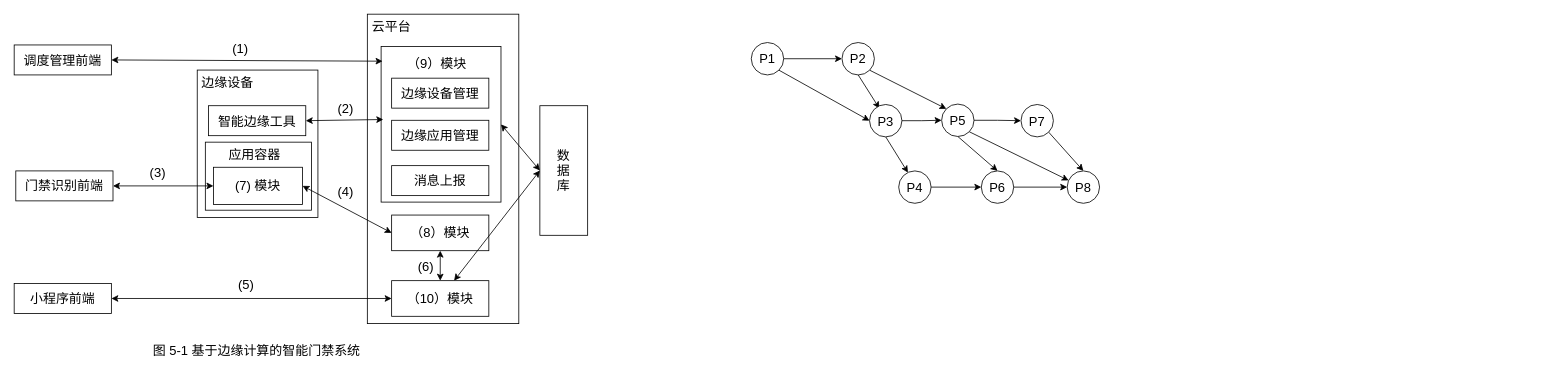
xiaodongYao/DrawIO keeps this draw.io diagram as 软考.drawio. Above is the earlier version. Source tidied: cells renumbered, new cells numbered last; positions are measured from the earlier drawing's top-left corner, leaving out a move shared by most shapes. Both pictures are drawn from the tidied source at 81%, with x=0, y=0 at pixel (14, 14).
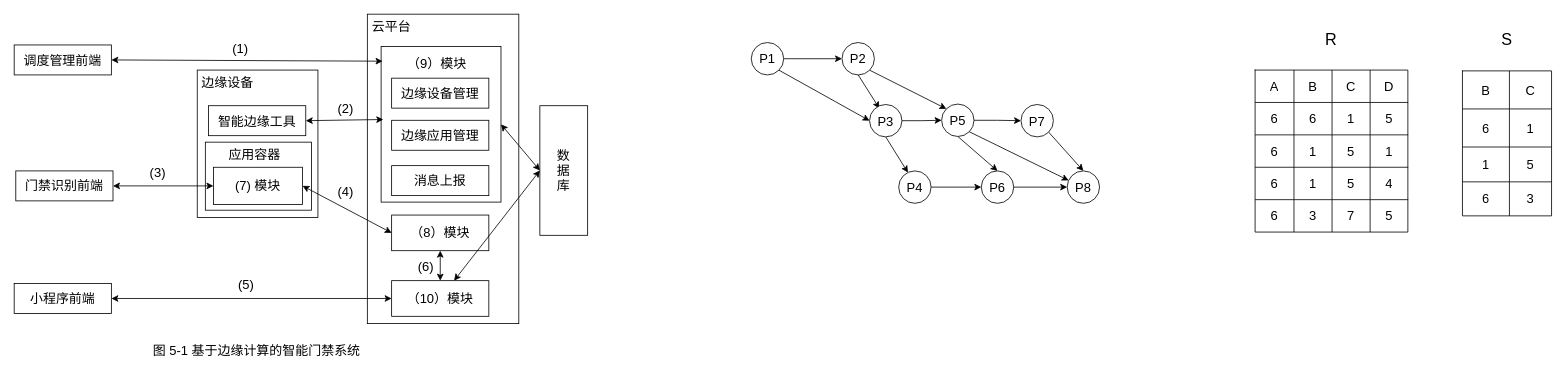
After the change.

What changed in the source:
```diff
@@
+    <mxCell id="57" style="shape=table;startSize=0;childLayout=tableLayout;fontSize=16;" parent="1" vertex="1">
+      <mxGeometry x="1532" y="69" width="188.6" height="200" as="geometry" />
+    </mxCell>
+    <mxCell id="58" style="shape=tableRow;horizontal=0;startSize=0;swimlaneHead=0;swimlaneBody=0;strokeColor=inherit;top=0;left=0;bottom=0;right=0;fillColor=none;fontSize=16;" parent="57" vertex="1">
+      <mxGeometry width="188.6" height="40" as="geometry" />
+    </mxCell>
+    <mxCell id="59" value="A" style="shape=partialRectangle;html=1;whiteSpace=wrap;strokeColor=inherit;overflow=hidden;fillColor=none;top=0;left=0;bottom=0;right=0;fontSize=16;" parent="58" vertex="1">
+      <mxGeometry width="48" height="40" as="geometry" />
+    </mxCell>
+    <mxCell id="60" value="B" style="shape=partialRectangle;html=1;whiteSpace=wrap;strokeColor=inherit;overflow=hidden;fillColor=none;top=0;left=0;bottom=0;right=0;fontSize=16;" parent="58" vertex="1">
+      <mxGeometry x="48" width="47" height="40" as="geometry" />
+    </mxCell>
+    <mxCell id="61" value="C" style="shape=partialRectangle;html=1;whiteSpace=wrap;strokeColor=inherit;overflow=hidden;fillColor=none;top=0;left=0;bottom=0;right=0;fontSize=16;" parent="58" vertex="1">
+      <mxGeometry x="95" width="47" height="40" as="geometry" />
+    </mxCell>
+    <mxCell id="62" value="D" style="shape=partialRectangle;html=1;whiteSpace=wrap;strokeColor=inherit;overflow=hidden;fillColor=none;top=0;left=0;bottom=0;right=0;fontSize=16;" parent="58" vertex="1">
+      <mxGeometry x="142" width="47" height="40" as="geometry" />
+    </mxCell>
+    <mxCell id="63" style="shape=tableRow;horizontal=0;startSize=0;swimlaneHead=0;swimlaneBody=0;strokeColor=inherit;top=0;left=0;bottom=0;right=0;fillColor=none;fontSize=16;" parent="57" vertex="1">
+      <mxGeometry y="40" width="188.6" height="40" as="geometry" />
+    </mxCell>
+    <mxCell id="64" value="6" style="shape=partialRectangle;html=1;whiteSpace=wrap;strokeColor=inherit;overflow=hidden;fillColor=none;top=0;left=0;bottom=0;right=0;fontSize=16;" parent="63" vertex="1">
+      <mxGeometry width="48" height="40" as="geometry" />
+    </mxCell>
+    <mxCell id="65" value="6" style="shape=partialRectangle;html=1;whiteSpace=wrap;strokeColor=inherit;overflow=hidden;fillColor=none;top=0;left=0;bottom=0;right=0;fontSize=16;" parent="63" vertex="1">
+      <mxGeometry x="48" width="47" height="40" as="geometry" />
+    </mxCell>
+    <mxCell id="66" value="1" style="shape=partialRectangle;html=1;whiteSpace=wrap;strokeColor=inherit;overflow=hidden;fillColor=none;top=0;left=0;bottom=0;right=0;fontSize=16;" parent="63" vertex="1">
+      <mxGeometry x="95" width="47" height="40" as="geometry" />
+    </mxCell>
+    <mxCell id="67" value="5" style="shape=partialRectangle;html=1;whiteSpace=wrap;strokeColor=inherit;overflow=hidden;fillColor=none;top=0;left=0;bottom=0;right=0;fontSize=16;" parent="63" vertex="1">
+      <mxGeometry x="142" width="47" height="40" as="geometry" />
+    </mxCell>
+    <mxCell id="68" style="shape=tableRow;horizontal=0;startSize=0;swimlaneHead=0;swimlaneBody=0;strokeColor=inherit;top=0;left=0;bottom=0;right=0;fillColor=none;fontSize=16;" parent="57" vertex="1">
+      <mxGeometry y="80" width="188.6" height="40" as="geometry" />
+    </mxCell>
+    <mxCell id="69" value="6" style="shape=partialRectangle;html=1;whiteSpace=wrap;strokeColor=inherit;overflow=hidden;fillColor=none;top=0;left=0;bottom=0;right=0;fontSize=16;" parent="68" vertex="1">
+      <mxGeometry width="48" height="40" as="geometry" />
+    </mxCell>
+    <mxCell id="70" value="1" style="shape=partialRectangle;html=1;whiteSpace=wrap;strokeColor=inherit;overflow=hidden;fillColor=none;top=0;left=0;bottom=0;right=0;fontSize=16;" parent="68" vertex="1">
+      <mxGeometry x="48" width="47" height="40" as="geometry" />
+    </mxCell>
+    <mxCell id="71" value="5" style="shape=partialRectangle;html=1;whiteSpace=wrap;strokeColor=inherit;overflow=hidden;fillColor=none;top=0;left=0;bottom=0;right=0;fontSize=16;" parent="68" vertex="1">
+      <mxGeometry x="95" width="47" height="40" as="geometry" />
+    </mxCell>
+    <mxCell id="72" value="1" style="shape=partialRectangle;html=1;whiteSpace=wrap;strokeColor=inherit;overflow=hidden;fillColor=none;top=0;left=0;bottom=0;right=0;fontSize=16;" parent="68" vertex="1">
+      <mxGeometry x="142" width="47" height="40" as="geometry" />
+    </mxCell>
+    <mxCell id="73" style="shape=tableRow;horizontal=0;startSize=0;swimlaneHead=0;swimlaneBody=0;strokeColor=inherit;top=0;left=0;bottom=0;right=0;fillColor=none;fontSize=16;" parent="57" vertex="1">
+      <mxGeometry y="120" width="188.6" height="40" as="geometry" />
+    </mxCell>
+    <mxCell id="74" value="6" style="shape=partialRectangle;html=1;whiteSpace=wrap;strokeColor=inherit;overflow=hidden;fillColor=none;top=0;left=0;bottom=0;right=0;fontSize=16;" parent="73" vertex="1">
+      <mxGeometry width="48" height="40" as="geometry" />
+    </mxCell>
+    <mxCell id="75" value="1" style="shape=partialRectangle;html=1;whiteSpace=wrap;strokeColor=inherit;overflow=hidden;fillColor=none;top=0;left=0;bottom=0;right=0;fontSize=16;" parent="73" vertex="1">
+      <mxGeometry x="48" width="47" height="40" as="geometry" />
+    </mxCell>
+    <mxCell id="76" value="5" style="shape=partialRectangle;html=1;whiteSpace=wrap;strokeColor=inherit;overflow=hidden;fillColor=none;top=0;left=0;bottom=0;right=0;fontSize=16;" parent="73" vertex="1">
+      <mxGeometry x="95" width="47" height="40" as="geometry" />
+    </mxCell>
+    <mxCell id="77" value="4" style="shape=partialRectangle;html=1;whiteSpace=wrap;strokeColor=inherit;overflow=hidden;fillColor=none;top=0;left=0;bottom=0;right=0;fontSize=16;" parent="73" vertex="1">
+      <mxGeometry x="142" width="47" height="40" as="geometry" />
+    </mxCell>
+    <mxCell id="78" style="shape=tableRow;horizontal=0;startSize=0;swimlaneHead=0;swimlaneBody=0;strokeColor=inherit;top=0;left=0;bottom=0;right=0;fillColor=none;fontSize=16;" parent="57" vertex="1">
+      <mxGeometry y="160" width="188.6" height="40" as="geometry" />
+    </mxCell>
+    <mxCell id="79" value="6" style="shape=partialRectangle;html=1;whiteSpace=wrap;strokeColor=inherit;overflow=hidden;fillColor=none;top=0;left=0;bottom=0;right=0;fontSize=16;" parent="78" vertex="1">
+      <mxGeometry width="48" height="40" as="geometry" />
+    </mxCell>
+    <mxCell id="80" value="3" style="shape=partialRectangle;html=1;whiteSpace=wrap;strokeColor=inherit;overflow=hidden;fillColor=none;top=0;left=0;bottom=0;right=0;fontSize=16;" parent="78" vertex="1">
+      <mxGeometry x="48" width="47" height="40" as="geometry" />
+    </mxCell>
+    <mxCell id="81" value="7" style="shape=partialRectangle;html=1;whiteSpace=wrap;strokeColor=inherit;overflow=hidden;fillColor=none;top=0;left=0;bottom=0;right=0;fontSize=16;" parent="78" vertex="1">
+      <mxGeometry x="95" width="47" height="40" as="geometry" />
+    </mxCell>
+    <mxCell id="82" value="5" style="shape=partialRectangle;html=1;whiteSpace=wrap;strokeColor=inherit;overflow=hidden;fillColor=none;top=0;left=0;bottom=0;right=0;fontSize=16;" parent="78" vertex="1">
+      <mxGeometry x="142" width="47" height="40" as="geometry" />
+    </mxCell>
+    <mxCell id="83" style="shape=table;startSize=0;childLayout=tableLayout;fontSize=16;" parent="1" vertex="1">
+      <mxGeometry x="1788" y="70" width="110" height="179" as="geometry" />
+    </mxCell>
+    <mxCell id="84" style="shape=tableRow;horizontal=0;startSize=0;swimlaneHead=0;swimlaneBody=0;strokeColor=inherit;top=0;left=0;bottom=0;right=0;fillColor=none;fontSize=16;" parent="83" vertex="1">
+      <mxGeometry width="110" height="47" as="geometry" />
+    </mxCell>
+    <mxCell id="85" value="B" style="shape=partialRectangle;html=1;whiteSpace=wrap;strokeColor=inherit;overflow=hidden;fillColor=none;top=0;left=0;bottom=0;right=0;fontSize=16;" parent="84" vertex="1">
+      <mxGeometry width="58" height="47" as="geometry" />
+    </mxCell>
+    <mxCell id="86" value="C" style="shape=partialRectangle;html=1;whiteSpace=wrap;strokeColor=inherit;overflow=hidden;fillColor=none;top=0;left=0;bottom=0;right=0;fontSize=16;" parent="84" vertex="1">
+      <mxGeometry x="58" width="52" height="47" as="geometry" />
+    </mxCell>
+    <mxCell id="87" style="shape=tableRow;horizontal=0;startSize=0;swimlaneHead=0;swimlaneBody=0;strokeColor=inherit;top=0;left=0;bottom=0;right=0;fillColor=none;fontSize=16;" parent="83" vertex="1">
+      <mxGeometry y="47" width="110" height="47" as="geometry" />
+    </mxCell>
+    <mxCell id="88" value="6" style="shape=partialRectangle;html=1;whiteSpace=wrap;strokeColor=inherit;overflow=hidden;fillColor=none;top=0;left=0;bottom=0;right=0;fontSize=16;" parent="87" vertex="1">
+      <mxGeometry width="58" height="47" as="geometry" />
+    </mxCell>
+    <mxCell id="89" value="1" style="shape=partialRectangle;html=1;whiteSpace=wrap;strokeColor=inherit;overflow=hidden;fillColor=none;top=0;left=0;bottom=0;right=0;fontSize=16;" parent="87" vertex="1">
+      <mxGeometry x="58" width="52" height="47" as="geometry" />
+    </mxCell>
+    <mxCell id="90" style="shape=tableRow;horizontal=0;startSize=0;swimlaneHead=0;swimlaneBody=0;strokeColor=inherit;top=0;left=0;bottom=0;right=0;fillColor=none;fontSize=16;" parent="83" vertex="1">
+      <mxGeometry y="94" width="110" height="43" as="geometry" />
+    </mxCell>
+    <mxCell id="91" value="1" style="shape=partialRectangle;html=1;whiteSpace=wrap;strokeColor=inherit;overflow=hidden;fillColor=none;top=0;left=0;bottom=0;right=0;fontSize=16;" parent="90" vertex="1">
+      <mxGeometry width="58" height="43" as="geometry" />
+    </mxCell>
+    <mxCell id="92" value="5" style="shape=partialRectangle;html=1;whiteSpace=wrap;strokeColor=inherit;overflow=hidden;fillColor=none;top=0;left=0;bottom=0;right=0;fontSize=16;" parent="90" vertex="1">
+      <mxGeometry x="58" width="52" height="43" as="geometry" />
+    </mxCell>
+    <mxCell id="93" style="shape=tableRow;horizontal=0;startSize=0;swimlaneHead=0;swimlaneBody=0;strokeColor=inherit;top=0;left=0;bottom=0;right=0;fillColor=none;fontSize=16;" parent="83" vertex="1">
+      <mxGeometry y="137" width="110" height="42" as="geometry" />
+    </mxCell>
+    <mxCell id="94" value="6" style="shape=partialRectangle;html=1;whiteSpace=wrap;strokeColor=inherit;overflow=hidden;fillColor=none;top=0;left=0;bottom=0;right=0;fontSize=16;" parent="93" vertex="1">
+      <mxGeometry width="58" height="42" as="geometry" />
+    </mxCell>
+    <mxCell id="95" value="3" style="shape=partialRectangle;html=1;whiteSpace=wrap;strokeColor=inherit;overflow=hidden;fillColor=none;top=0;left=0;bottom=0;right=0;fontSize=16;" parent="93" vertex="1">
+      <mxGeometry x="58" width="52" height="42" as="geometry" />
+    </mxCell>
+    <mxCell id="96" value="R" style="text;html=1;strokeColor=none;fillColor=none;align=center;verticalAlign=middle;whiteSpace=wrap;rounded=0;fontSize=20;" parent="1" vertex="1">
+      <mxGeometry x="1596.3" y="16" width="60" height="30" as="geometry" />
+    </mxCell>
+    <mxCell id="97" value="S" style="text;html=1;strokeColor=none;fillColor=none;align=center;verticalAlign=middle;whiteSpace=wrap;rounded=0;fontSize=20;" parent="1" vertex="1">
+      <mxGeometry x="1813" y="16" width="60" height="30" as="geometry" />
+    </mxCell>
```
